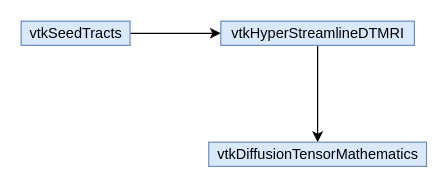
This is page "Page-2" (2 of 7) of tractseeding.drawio from bxdgit/drawio-example, a draw.io file, before an edit. Source tidied: cells renumbered, new cells numbered last; positions are measured from the earlier drawing's top-left corner, leaving out a move shared by most shapes. Both pictures are drawn from the tidied source at 121%, with x=0, y=0 at pixel (21, 21).
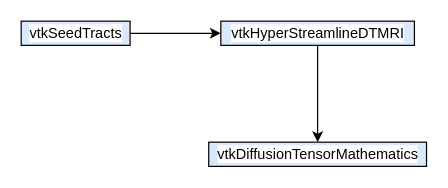
The same page after the edit.

Diff of the diagram source:
```diff
@@
 <mxGraphModel>
   <root>
     <mxCell id="0" />
     <mxCell id="1" parent="0" />
-    <mxCell id="2" style="edgeStyle=orthogonalEdgeStyle;rounded=0;jettySize=auto;html=1;" parent="1" edge="1" source="3" target="5">
+    <mxCell id="2" style="edgeStyle=orthogonalEdgeStyle;rounded=0;jettySize=auto;html=1;strokeColor=default;labelBackgroundColor=default;fontColor=default;" parent="1" edge="1" source="3" target="5">
       <mxGeometry relative="1" as="geometry" />
     </mxCell>
-    <mxCell id="3" value="&lt;span&gt;vtkSeedTracts&lt;/span&gt;" style="text;html=1;align=center;verticalAlign=middle;points=[];strokeColor=#6c8ebf;fillColor=#dae8fc;" parent="1" vertex="1">
+    <mxCell id="3" value="&lt;span&gt;vtkSeedTracts&lt;/span&gt;" style="text;html=1;align=center;verticalAlign=middle;points=[];strokeColor=default;fillColor=#dae8fc;labelBackgroundColor=default;fontColor=default;" parent="1" vertex="1">
       <mxGeometry width="90" height="20" as="geometry" />
     </mxCell>
-    <mxCell id="4" style="edgeStyle=orthogonalEdgeStyle;rounded=0;jettySize=auto;html=1;" parent="1" edge="1" source="5" target="6">
+    <mxCell id="4" style="edgeStyle=orthogonalEdgeStyle;rounded=0;jettySize=auto;html=1;strokeColor=default;labelBackgroundColor=default;fontColor=default;" parent="1" edge="1" source="5" target="6">
       <mxGeometry relative="1" as="geometry" />
     </mxCell>
-    <mxCell id="5" value="vtkHyperStreamlineDTMRI" style="text;html=1;align=center;verticalAlign=middle;points=[];strokeColor=#6c8ebf;fillColor=#dae8fc;" parent="1" vertex="1">
+    <mxCell id="5" value="vtkHyperStreamlineDTMRI" style="text;html=1;align=center;verticalAlign=middle;points=[];strokeColor=default;fillColor=#dae8fc;labelBackgroundColor=default;fontColor=default;" parent="1" vertex="1">
       <mxGeometry x="165" width="160" height="20" as="geometry" />
     </mxCell>
-    <mxCell id="6" value="vtkDiffusionTensorMathematics" style="text;html=1;align=center;verticalAlign=middle;points=[];strokeColor=#6c8ebf;fillColor=#dae8fc;" parent="1" vertex="1">
+    <mxCell id="6" value="vtkDiffusionTensorMathematics" style="text;html=1;align=center;verticalAlign=middle;points=[];strokeColor=default;fillColor=#dae8fc;labelBackgroundColor=default;fontColor=default;" parent="1" vertex="1">
       <mxGeometry x="155" y="100" width="180" height="20" as="geometry" />
     </mxCell>
   </root>
 </mxGraphModel>
```
